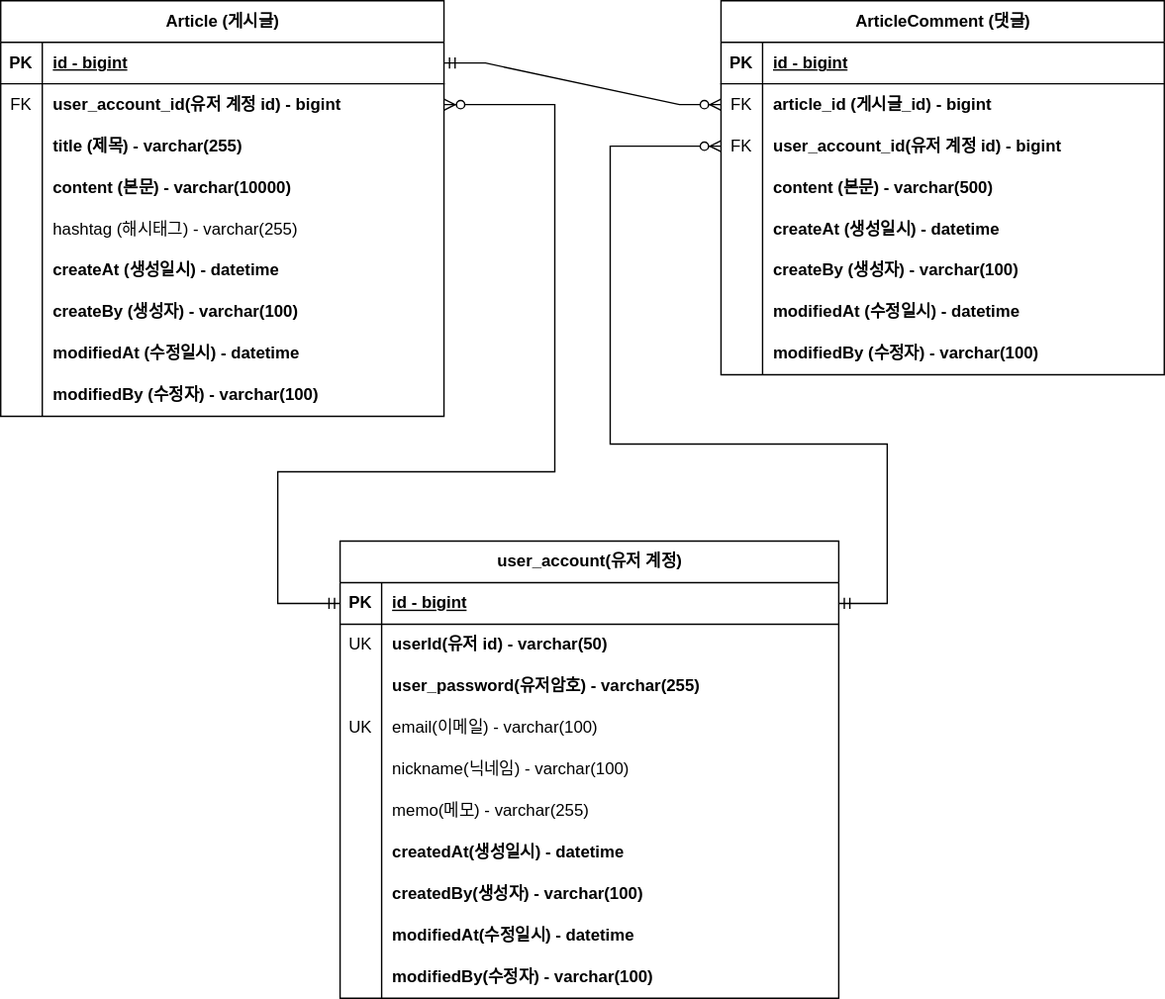
Above: document/project-board-erd.svg in alpacaive/project-board (draw.io), before the change. Source tidied: cells renumbered, new cells last; positions are measured from the earlier drawing's top-left corner, leaving out a move shared by most shapes.
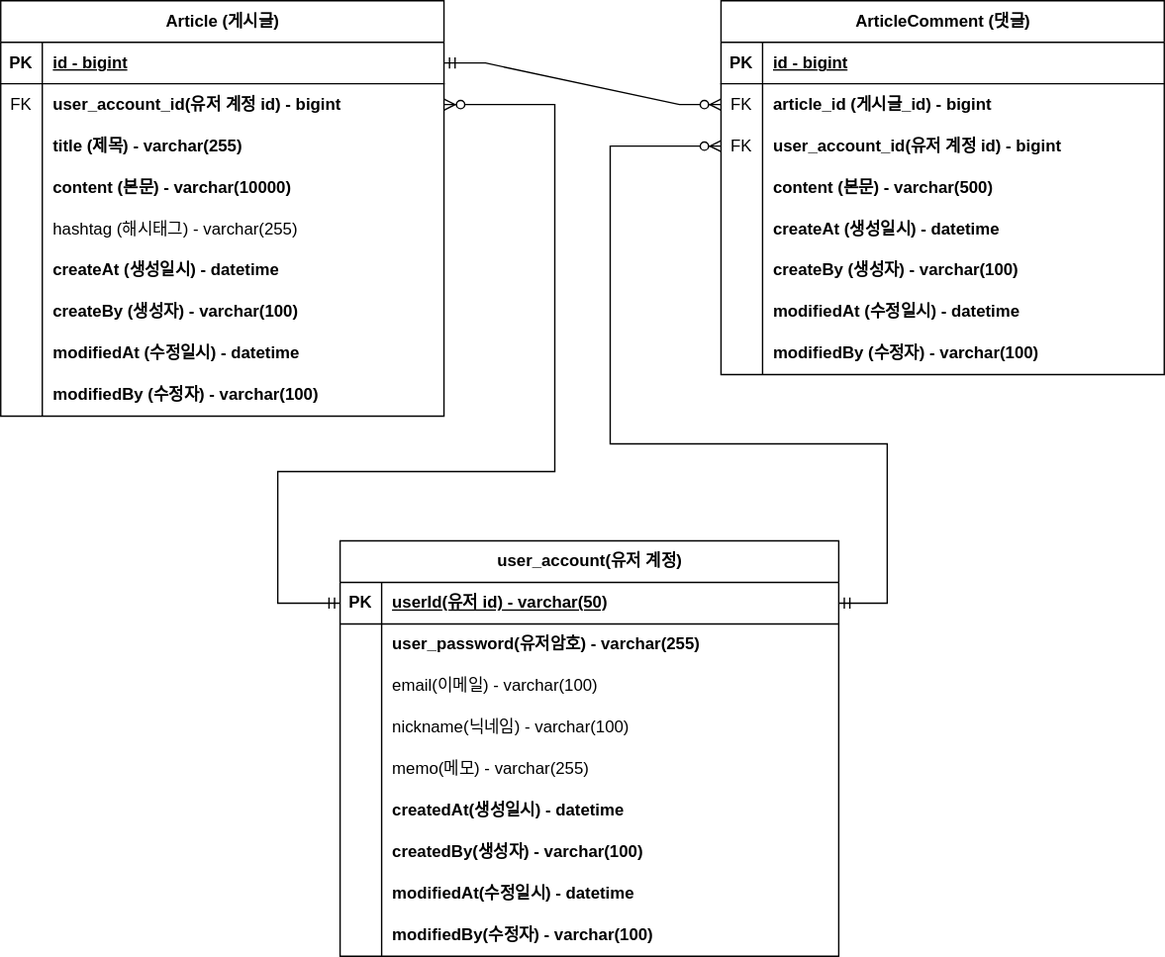
Later version of the same file.

The edit, as a diff of the source:
```diff
@@ -3,7 +3,7 @@
     <mxCell id="0" />
     <mxCell id="1" parent="0" />
     <mxCell id="2" value="user_account(유저 계정)" style="shape=table;startSize=30;rowLines=0;fontStyle=1;align=center;html=1;" parent="1" vertex="1">
-      <mxGeometry x="245" y="390" width="360" height="330" as="geometry" />
+      <mxGeometry x="245" y="390" width="360" height="300" as="geometry" />
     </mxCell>
     <mxCell id="3" style="shape=tableRow;horizontal=0;startSize=0;swimlaneHead=0;swimlaneBody=0;fillColor=none;points=[[0,0.5],[1,0.5]];portConstraint=eastwest;top=0;left=0;right=0;bottom=1;" parent="2" vertex="1">
       <mxGeometry y="30" width="360" height="30" as="geometry" />
@@ -11,20 +11,11 @@
     <mxCell id="4" value="PK" style="shape=partialRectangle;fillColor=none;top=0;left=0;bottom=0;right=0;fontStyle=1;overflow=hidden;whiteSpace=wrap;html=1;" parent="3" vertex="1">
       <mxGeometry width="30" height="30" as="geometry" />
     </mxCell>
-    <mxCell id="5" value="id - bigint" style="shape=partialRectangle;fillColor=none;top=0;left=0;bottom=0;right=0;align=left;spacingLeft=6;fontStyle=5;overflow=hidden;whiteSpace=wrap;html=1;" parent="3" vertex="1">
+    <mxCell id="5" value="&lt;b&gt;userId(유저 id) - varchar(50)&lt;/b&gt;" style="shape=partialRectangle;fillColor=none;top=0;left=0;bottom=0;right=0;align=left;spacingLeft=6;fontStyle=5;overflow=hidden;whiteSpace=wrap;html=1;" parent="3" vertex="1">
       <mxGeometry x="30" width="330" height="30" as="geometry" />
     </mxCell>
-    <mxCell id="6" style="shape=tableRow;horizontal=0;startSize=0;swimlaneHead=0;swimlaneBody=0;fillColor=none;top=0;left=0;right=0;bottom=0;" parent="2" vertex="1">
-      <mxGeometry y="60" width="360" height="30" as="geometry" />
-    </mxCell>
-    <mxCell id="7" value="UK" style="shape=partialRectangle;fillColor=none;top=0;left=0;bottom=0;right=0;overflow=hidden;whiteSpace=wrap;html=1;" parent="6" vertex="1">
-      <mxGeometry width="30" height="30" as="geometry" />
-    </mxCell>
-    <mxCell id="8" value="&lt;b&gt;userId(유저 id) - varchar(50)&lt;/b&gt;" style="shape=partialRectangle;fillColor=none;top=0;left=0;bottom=0;right=0;align=left;spacingLeft=6;overflow=hidden;whiteSpace=wrap;html=1;" parent="6" vertex="1">
-      <mxGeometry x="30" width="330" height="30" as="geometry" />
-    </mxCell>
     <mxCell id="9" style="shape=tableRow;horizontal=0;startSize=0;swimlaneHead=0;swimlaneBody=0;fillColor=none;top=0;left=0;right=0;bottom=0;" parent="2" vertex="1">
-      <mxGeometry y="90" width="360" height="30" as="geometry" />
+      <mxGeometry y="60" width="360" height="30" as="geometry" />
     </mxCell>
     <mxCell id="10" style="shape=partialRectangle;fillColor=none;top=0;left=0;bottom=0;right=0;overflow=hidden;whiteSpace=wrap;html=1;" parent="9" vertex="1">
       <mxGeometry width="30" height="30" as="geometry" />
@@ -33,16 +24,16 @@
       <mxGeometry x="30" width="330" height="30" as="geometry" />
     </mxCell>
     <mxCell id="12" style="shape=tableRow;horizontal=0;startSize=0;swimlaneHead=0;swimlaneBody=0;fillColor=none;top=0;left=0;right=0;bottom=0;" parent="2" vertex="1">
-      <mxGeometry y="120" width="360" height="30" as="geometry" />
+      <mxGeometry y="90" width="360" height="30" as="geometry" />
     </mxCell>
-    <mxCell id="13" value="UK" style="shape=partialRectangle;fillColor=none;top=0;left=0;bottom=0;right=0;overflow=hidden;whiteSpace=wrap;html=1;" parent="12" vertex="1">
+    <mxCell id="13" style="shape=partialRectangle;fillColor=none;top=0;left=0;bottom=0;right=0;overflow=hidden;whiteSpace=wrap;html=1;" parent="12" vertex="1">
       <mxGeometry width="30" height="30" as="geometry" />
     </mxCell>
     <mxCell id="14" value="email(이메일) - varchar(100)" style="shape=partialRectangle;fillColor=none;top=0;left=0;bottom=0;right=0;align=left;spacingLeft=6;overflow=hidden;whiteSpace=wrap;html=1;" parent="12" vertex="1">
       <mxGeometry x="30" width="330" height="30" as="geometry" />
     </mxCell>
     <mxCell id="15" style="shape=tableRow;horizontal=0;startSize=0;swimlaneHead=0;swimlaneBody=0;fillColor=none;top=0;left=0;right=0;bottom=0;" parent="2" vertex="1">
-      <mxGeometry y="150" width="360" height="30" as="geometry" />
+      <mxGeometry y="120" width="360" height="30" as="geometry" />
     </mxCell>
     <mxCell id="16" style="shape=partialRectangle;fillColor=none;top=0;left=0;bottom=0;right=0;overflow=hidden;whiteSpace=wrap;html=1;" parent="15" vertex="1">
       <mxGeometry width="30" height="30" as="geometry" />
@@ -51,7 +42,7 @@
       <mxGeometry x="30" width="330" height="30" as="geometry" />
     </mxCell>
     <mxCell id="18" style="shape=tableRow;horizontal=0;startSize=0;swimlaneHead=0;swimlaneBody=0;fillColor=none;top=0;left=0;right=0;bottom=0;" parent="2" vertex="1">
-      <mxGeometry y="180" width="360" height="30" as="geometry" />
+      <mxGeometry y="150" width="360" height="30" as="geometry" />
     </mxCell>
     <mxCell id="19" style="shape=partialRectangle;fillColor=none;top=0;left=0;bottom=0;right=0;overflow=hidden;whiteSpace=wrap;html=1;" parent="18" vertex="1">
       <mxGeometry width="30" height="30" as="geometry" />
@@ -60,7 +51,7 @@
       <mxGeometry x="30" width="330" height="30" as="geometry" />
     </mxCell>
     <mxCell id="21" style="shape=tableRow;horizontal=0;startSize=0;swimlaneHead=0;swimlaneBody=0;fillColor=none;top=0;left=0;right=0;bottom=0;" parent="2" vertex="1">
-      <mxGeometry y="210" width="360" height="30" as="geometry" />
+      <mxGeometry y="180" width="360" height="30" as="geometry" />
     </mxCell>
     <mxCell id="22" style="shape=partialRectangle;fillColor=none;top=0;left=0;bottom=0;right=0;overflow=hidden;whiteSpace=wrap;html=1;" parent="21" vertex="1">
       <mxGeometry width="30" height="30" as="geometry" />
@@ -69,7 +60,7 @@
       <mxGeometry x="30" width="330" height="30" as="geometry" />
     </mxCell>
     <mxCell id="24" style="shape=tableRow;horizontal=0;startSize=0;swimlaneHead=0;swimlaneBody=0;fillColor=none;top=0;left=0;right=0;bottom=0;" parent="2" vertex="1">
-      <mxGeometry y="240" width="360" height="30" as="geometry" />
+      <mxGeometry y="210" width="360" height="30" as="geometry" />
     </mxCell>
     <mxCell id="25" style="shape=partialRectangle;fillColor=none;top=0;left=0;bottom=0;right=0;overflow=hidden;whiteSpace=wrap;html=1;" parent="24" vertex="1">
       <mxGeometry width="30" height="30" as="geometry" />
@@ -78,7 +69,7 @@
       <mxGeometry x="30" width="330" height="30" as="geometry" />
     </mxCell>
     <mxCell id="27" style="shape=tableRow;horizontal=0;startSize=0;swimlaneHead=0;swimlaneBody=0;fillColor=none;top=0;left=0;right=0;bottom=0;" parent="2" vertex="1">
-      <mxGeometry y="270" width="360" height="30" as="geometry" />
+      <mxGeometry y="240" width="360" height="30" as="geometry" />
     </mxCell>
     <mxCell id="28" style="shape=partialRectangle;fillColor=none;top=0;left=0;bottom=0;right=0;overflow=hidden;whiteSpace=wrap;html=1;" parent="27" vertex="1">
       <mxGeometry width="30" height="30" as="geometry" />
@@ -87,7 +78,7 @@
       <mxGeometry x="30" width="330" height="30" as="geometry" />
     </mxCell>
     <mxCell id="30" style="shape=tableRow;horizontal=0;startSize=0;swimlaneHead=0;swimlaneBody=0;fillColor=none;top=0;left=0;right=0;bottom=0;" parent="2" vertex="1">
-      <mxGeometry y="300" width="360" height="30" as="geometry" />
+      <mxGeometry y="270" width="360" height="30" as="geometry" />
     </mxCell>
     <mxCell id="31" style="shape=partialRectangle;fillColor=none;top=0;left=0;bottom=0;right=0;overflow=hidden;whiteSpace=wrap;html=1;" parent="30" vertex="1">
       <mxGeometry width="30" height="30" as="geometry" />
```
